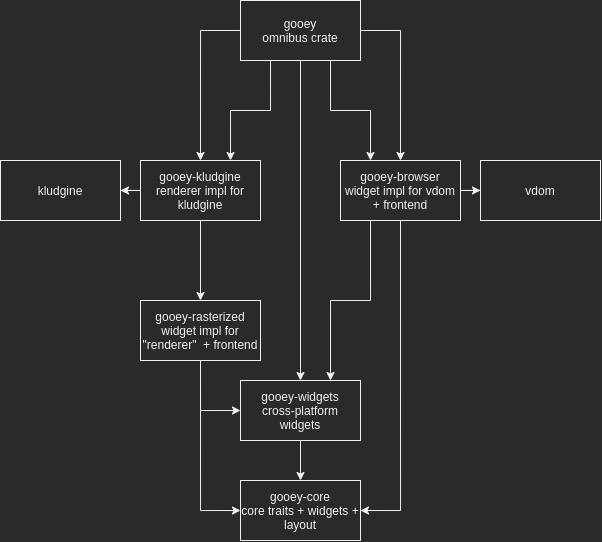
The draw.io diagram Gooey.png in khonsulabs/cushy, before a commit. Source tidied: cells renumbered, new cells last; positions are measured from the earlier drawing's top-left corner, leaving out a move shared by most shapes.
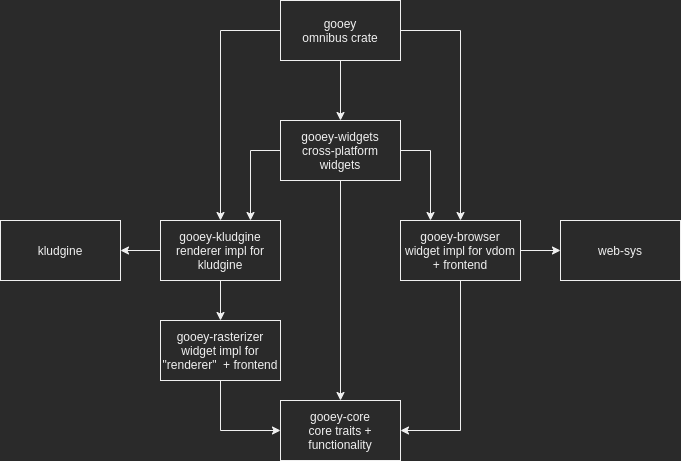
After the commit.

The edit, as a diff of the source:
```diff
@@ -2,9 +2,6 @@
   <root>
     <mxCell id="0" />
     <mxCell id="1" parent="0" />
-    <mxCell id="2" style="edgeStyle=orthogonalEdgeStyle;rounded=0;jettySize=auto;html=1;exitX=0.75;exitY=0;exitDx=0;exitDy=0;startArrow=classic;startFill=1;endArrow=none;endFill=0;entryX=0.25;entryY=1;entryDx=0;entryDy=0;" parent="1" edge="1" source="5" target="6">
-      <mxGeometry relative="1" as="geometry" />
-    </mxCell>
     <mxCell id="3" style="edgeStyle=orthogonalEdgeStyle;rounded=0;jettySize=auto;html=1;exitX=0.5;exitY=1;exitDx=0;exitDy=0;entryX=0;entryY=0.5;entryDx=0;entryDy=0;startArrow=none;" parent="1" edge="1" source="21" target="12">
       <mxGeometry relative="1" as="geometry" />
     </mxCell>
@@ -12,7 +9,7 @@
       <mxGeometry relative="1" as="geometry" />
     </mxCell>
     <mxCell id="5" value="gooey-kludgine&lt;br&gt;renderer impl for kludgine" style="rounded=0;whiteSpace=wrap;html=1;" parent="1" vertex="1">
-      <mxGeometry x="140" y="160" width="120" height="60" as="geometry" />
+      <mxGeometry x="120" y="220" width="120" height="60" as="geometry" />
     </mxCell>
     <mxCell id="6" value="gooey&lt;br&gt;omnibus crate" style="rounded=0;whiteSpace=wrap;html=1;" parent="1" vertex="1">
       <mxGeometry x="240" width="120" height="60" as="geometry" />
@@ -21,21 +18,21 @@
       <mxGeometry relative="1" as="geometry" />
     </mxCell>
     <mxCell id="8" value="kludgine" style="rounded=0;whiteSpace=wrap;html=1;" parent="1" vertex="1">
-      <mxGeometry y="160" width="120" height="60" as="geometry" />
+      <mxGeometry x="-40" y="220" width="120" height="60" as="geometry" />
     </mxCell>
     <mxCell id="9" style="edgeStyle=orthogonalEdgeStyle;rounded=0;jettySize=auto;html=1;entryX=1;entryY=0.5;entryDx=0;entryDy=0;endArrow=none;endFill=0;startArrow=classic;startFill=1;" parent="1" edge="1" source="10" target="17">
       <mxGeometry relative="1" as="geometry" />
     </mxCell>
-    <mxCell id="10" value="vdom" style="rounded=0;whiteSpace=wrap;html=1;" parent="1" vertex="1">
-      <mxGeometry x="480" y="160" width="120" height="60" as="geometry" />
+    <mxCell id="10" value="web-sys" style="rounded=0;whiteSpace=wrap;html=1;" parent="1" vertex="1">
+      <mxGeometry x="520" y="220" width="120" height="60" as="geometry" />
     </mxCell>
     <mxCell id="11" style="edgeStyle=orthogonalEdgeStyle;rounded=0;jettySize=auto;html=1;exitX=0.5;exitY=1;exitDx=0;exitDy=0;entryX=0.5;entryY=0;entryDx=0;entryDy=0;" parent="1" edge="1" source="6" target="19">
       <mxGeometry relative="1" as="geometry" />
     </mxCell>
-    <mxCell id="12" value="gooey-core&lt;br&gt;core traits + widgets + layout" style="rounded=0;whiteSpace=wrap;html=1;" parent="1" vertex="1">
-      <mxGeometry x="240" y="480" width="120" height="60" as="geometry" />
+    <mxCell id="12" value="gooey-core&lt;br&gt;core traits + functionality" style="rounded=0;whiteSpace=wrap;html=1;" parent="1" vertex="1">
+      <mxGeometry x="240" y="400" width="120" height="60" as="geometry" />
     </mxCell>
-    <mxCell id="13" style="edgeStyle=orthogonalEdgeStyle;rounded=0;jettySize=auto;html=1;exitX=0.25;exitY=0;exitDx=0;exitDy=0;endArrow=none;endFill=0;startArrow=classic;startFill=1;entryX=0.75;entryY=1;entryDx=0;entryDy=0;" parent="1" edge="1" source="17" target="6">
+    <mxCell id="13" style="edgeStyle=orthogonalEdgeStyle;rounded=0;jettySize=auto;html=1;exitX=0.25;exitY=0;exitDx=0;exitDy=0;endArrow=none;endFill=0;startArrow=classic;startFill=1;entryX=1;entryY=0.5;entryDx=0;entryDy=0;" parent="1" edge="1" source="17" target="19">
       <mxGeometry relative="1" as="geometry" />
     </mxCell>
     <mxCell id="14" style="edgeStyle=orthogonalEdgeStyle;rounded=0;jettySize=auto;html=1;exitX=0.5;exitY=1;exitDx=0;exitDy=0;entryX=1;entryY=0.5;entryDx=0;entryDy=0;" parent="1" edge="1" source="17" target="12">
@@ -44,23 +41,20 @@
     <mxCell id="15" style="edgeStyle=orthogonalEdgeStyle;rounded=0;jettySize=auto;html=1;exitX=0.5;exitY=0;exitDx=0;exitDy=0;entryX=1;entryY=0.5;entryDx=0;entryDy=0;endArrow=none;endFill=0;startArrow=classic;startFill=1;" parent="1" edge="1" source="17" target="6">
       <mxGeometry relative="1" as="geometry" />
     </mxCell>
-    <mxCell id="16" style="edgeStyle=orthogonalEdgeStyle;rounded=0;jettySize=auto;html=1;exitX=0.25;exitY=1;exitDx=0;exitDy=0;entryX=0.75;entryY=0;entryDx=0;entryDy=0;" parent="1" edge="1" source="17" target="19">
-      <mxGeometry relative="1" as="geometry" />
-    </mxCell>
     <mxCell id="17" value="gooey-browser&lt;br&gt;widget impl for vdom + frontend" style="rounded=0;whiteSpace=wrap;html=1;" parent="1" vertex="1">
-      <mxGeometry x="340" y="160" width="120" height="60" as="geometry" />
+      <mxGeometry x="360" y="220" width="120" height="60" as="geometry" />
     </mxCell>
     <mxCell id="18" style="edgeStyle=orthogonalEdgeStyle;rounded=0;jettySize=auto;html=1;exitX=0.5;exitY=1;exitDx=0;exitDy=0;entryX=0.5;entryY=0;entryDx=0;entryDy=0;" parent="1" edge="1" source="19" target="12">
       <mxGeometry relative="1" as="geometry" />
     </mxCell>
+    <mxCell id="23" style="edgeStyle=orthogonalEdgeStyle;rounded=0;jettySize=auto;html=1;exitX=0;exitY=0.5;exitDx=0;exitDy=0;entryX=0.75;entryY=0;entryDx=0;entryDy=0;" parent="1" edge="1" source="19" target="5">
+      <mxGeometry relative="1" as="geometry" />
+    </mxCell>
     <mxCell id="19" value="gooey-widgets&lt;br&gt;cross-platform widgets" style="rounded=0;whiteSpace=wrap;html=1;" parent="1" vertex="1">
-      <mxGeometry x="240" y="380" width="120" height="60" as="geometry" />
+      <mxGeometry x="240" y="120" width="120" height="60" as="geometry" />
     </mxCell>
-    <mxCell id="20" style="edgeStyle=orthogonalEdgeStyle;rounded=0;jettySize=auto;html=1;exitX=0.5;exitY=1;exitDx=0;exitDy=0;entryX=0;entryY=0.5;entryDx=0;entryDy=0;startArrow=none;startFill=0;endArrow=classic;endFill=1;" parent="1" edge="1" source="21" target="19">
-      <mxGeometry relative="1" as="geometry" />
-    </mxCell>
-    <mxCell id="21" value="gooey-rasterized&lt;br&gt;widget impl for &quot;renderer&quot;&amp;nbsp;&amp;nbsp;+ frontend" style="rounded=0;whiteSpace=wrap;html=1;" parent="1" vertex="1">
-      <mxGeometry x="140" y="300" width="120" height="60" as="geometry" />
+    <mxCell id="21" value="gooey-rasterizer&lt;br&gt;widget impl for &quot;renderer&quot;&amp;nbsp;&amp;nbsp;+ frontend" style="rounded=0;whiteSpace=wrap;html=1;" parent="1" vertex="1">
+      <mxGeometry x="120" y="320" width="120" height="60" as="geometry" />
     </mxCell>
     <mxCell id="22" style="edgeStyle=orthogonalEdgeStyle;rounded=0;jettySize=auto;html=1;exitX=0.5;exitY=1;exitDx=0;exitDy=0;entryX=0.5;entryY=0;entryDx=0;entryDy=0;endArrow=classic;startArrow=none;startFill=0;endFill=1;" parent="1" edge="1" source="5" target="21">
       <mxGeometry relative="1" as="geometry" />
```
